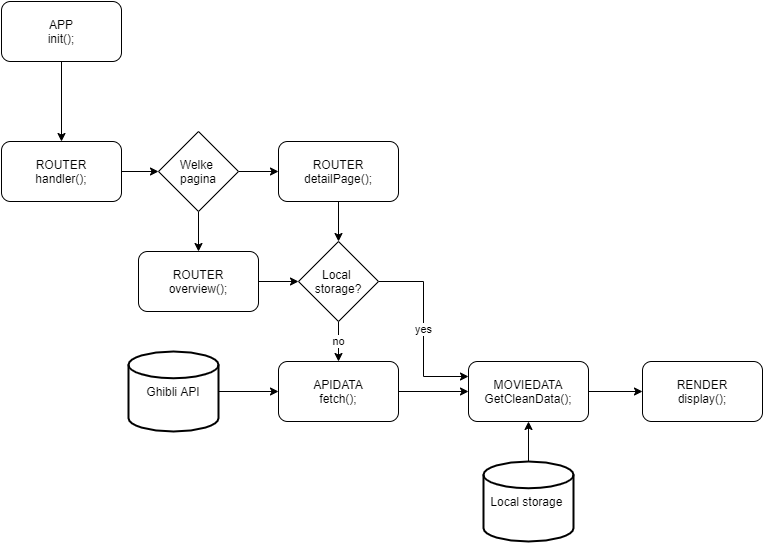
This is diagrams/interaction_diagram.png from heralt/web-app-from-scratch-1920, a draw.io export, as it was before one commit. Source tidied: cells renumbered, new cells last; positions are measured from the earlier drawing's top-left corner, leaving out a move shared by most shapes.
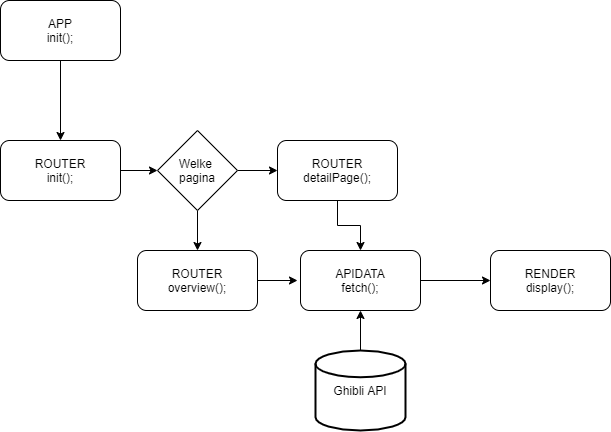
After the change.

Commit message:
added use of transperancy

Change to the diagram source:
```diff
@@ -6,7 +6,7 @@
       <mxGeometry relative="1" as="geometry" />
     </mxCell>
     <mxCell id="3" value="Ghibli API" style="strokeWidth=2;html=1;shape=mxgraph.flowchart.database;whiteSpace=wrap;" parent="1" vertex="1">
-      <mxGeometry x="127" y="350" width="90" height="80" as="geometry" />
+      <mxGeometry x="315" y="350" width="90" height="80" as="geometry" />
     </mxCell>
     <mxCell id="4" style="edgeStyle=orthogonalEdgeStyle;rounded=0;jettySize=auto;html=1;entryX=0;entryY=0.5;entryDx=0;entryDy=0;" parent="1" edge="1" target="9">
       <mxGeometry relative="1" as="geometry">
@@ -28,49 +28,30 @@
     <mxCell id="9" value="Welke &lt;br&gt;pagina" style="rhombus;whiteSpace=wrap;html=1;" parent="1" vertex="1">
       <mxGeometry x="157" y="130" width="80" height="80" as="geometry" />
     </mxCell>
-    <mxCell id="10" style="edgeStyle=orthogonalEdgeStyle;rounded=0;jettySize=auto;html=1;" parent="1" edge="1" source="11" target="16">
-      <mxGeometry relative="1" as="geometry" />
+    <mxCell id="10" style="edgeStyle=orthogonalEdgeStyle;rounded=0;jettySize=auto;html=1;" parent="1" edge="1" source="11">
+      <mxGeometry relative="1" as="geometry">
+        <mxPoint x="297" y="280" as="targetPoint" />
+      </mxGeometry>
     </mxCell>
     <mxCell id="11" value="ROUTER&lt;br&gt;overview();" style="rounded=1;whiteSpace=wrap;html=1;" parent="1" vertex="1">
       <mxGeometry x="137" y="250" width="120" height="60" as="geometry" />
     </mxCell>
-    <mxCell id="12" style="edgeStyle=orthogonalEdgeStyle;rounded=0;jettySize=auto;html=1;entryX=0.5;entryY=0;entryDx=0;entryDy=0;" parent="1" edge="1" source="13" target="16">
+    <mxCell id="12" style="edgeStyle=orthogonalEdgeStyle;rounded=0;jettySize=auto;html=1;entryX=0.5;entryY=0;entryDx=0;entryDy=0;" parent="1" edge="1" source="13" target="18">
       <mxGeometry relative="1" as="geometry" />
     </mxCell>
     <mxCell id="13" value="ROUTER&lt;br&gt;detailPage();" style="rounded=1;whiteSpace=wrap;html=1;" parent="1" vertex="1">
       <mxGeometry x="277" y="140" width="120" height="60" as="geometry" />
     </mxCell>
-    <mxCell id="14" value="no" style="edgeStyle=orthogonalEdgeStyle;rounded=0;jettySize=auto;html=1;entryX=0.5;entryY=0;entryDx=0;entryDy=0;" parent="1" edge="1" source="16" target="18">
-      <mxGeometry relative="1" as="geometry" />
-    </mxCell>
-    <mxCell id="15" value="yes" style="edgeStyle=orthogonalEdgeStyle;rounded=0;jettySize=auto;html=1;entryX=0;entryY=0.25;entryDx=0;entryDy=0;" parent="1" edge="1" source="16" target="20">
-      <mxGeometry relative="1" as="geometry" />
-    </mxCell>
-    <mxCell id="16" value="Local&amp;nbsp;&lt;br&gt;storage?" style="rhombus;whiteSpace=wrap;html=1;" parent="1" vertex="1">
-      <mxGeometry x="297" y="240" width="80" height="80" as="geometry" />
-    </mxCell>
-    <mxCell id="17" style="edgeStyle=orthogonalEdgeStyle;rounded=0;jettySize=auto;html=1;" parent="1" edge="1" source="18" target="20">
-      <mxGeometry relative="1" as="geometry" />
-    </mxCell>
     <mxCell id="18" value="APIDATA&lt;br&gt;fetch();" style="rounded=1;whiteSpace=wrap;html=1;" parent="1" vertex="1">
-      <mxGeometry x="277" y="360" width="120" height="60" as="geometry" />
+      <mxGeometry x="300" y="250" width="120" height="60" as="geometry" />
     </mxCell>
-    <mxCell id="19" style="edgeStyle=orthogonalEdgeStyle;rounded=0;jettySize=auto;html=1;entryX=0;entryY=0.5;entryDx=0;entryDy=0;" parent="1" edge="1" source="20" target="23">
+    <mxCell id="19" style="edgeStyle=orthogonalEdgeStyle;rounded=0;jettySize=auto;html=1;entryX=0;entryY=0.5;entryDx=0;entryDy=0;exitX=1;exitY=0.5;exitDx=0;exitDy=0;" parent="1" edge="1" source="18" target="23">
       <mxGeometry relative="1" as="geometry" />
     </mxCell>
-    <mxCell id="20" value="MOVIEDATA&lt;br&gt;GetCleanData();" style="rounded=1;whiteSpace=wrap;html=1;" parent="1" vertex="1">
-      <mxGeometry x="467" y="360" width="120" height="60" as="geometry" />
-    </mxCell>
-    <mxCell id="21" style="edgeStyle=orthogonalEdgeStyle;rounded=0;jettySize=auto;html=1;" parent="1" edge="1" source="22" target="20">
-      <mxGeometry relative="1" as="geometry" />
-    </mxCell>
-    <mxCell id="22" value="Local storage&amp;nbsp;" style="strokeWidth=2;html=1;shape=mxgraph.flowchart.database;whiteSpace=wrap;" parent="1" vertex="1">
-      <mxGeometry x="482" y="460" width="90" height="80" as="geometry" />
-    </mxCell>
     <mxCell id="23" value="RENDER&lt;br&gt;display();" style="rounded=1;whiteSpace=wrap;html=1;" parent="1" vertex="1">
-      <mxGeometry x="641" y="360" width="120" height="60" as="geometry" />
+      <mxGeometry x="490" y="250" width="120" height="60" as="geometry" />
     </mxCell>
-    <mxCell id="24" value="ROUTER&lt;br&gt;handler();" style="rounded=1;whiteSpace=wrap;html=1;" parent="1" vertex="1">
+    <mxCell id="24" value="ROUTER&lt;br&gt;init();" style="rounded=1;whiteSpace=wrap;html=1;" parent="1" vertex="1">
       <mxGeometry y="140" width="120" height="60" as="geometry" />
     </mxCell>
   </root>
```
